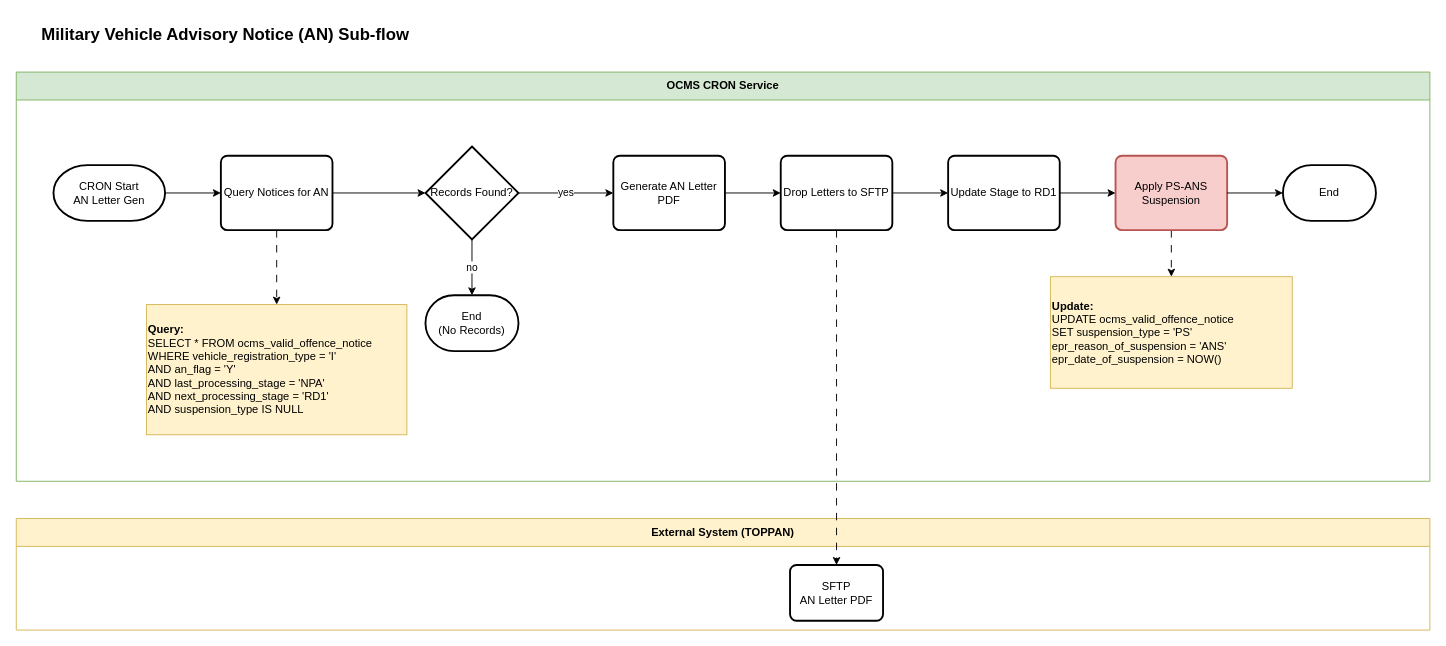
Above: page "Section_4_MID_AN_Subflow" (3 of 5) of OCMS 14/Section 4/OCMS14-Technical_Flowchart_Section_4.drawio in rafifmgg/techdoc (draw.io), before the change. Source tidied: cells renumbered, new cells numbered last; positions are measured from the earlier drawing's top-left corner, leaving out a move shared by most shapes. Both pictures are drawn from the tidied source at 93%, with x=0, y=0 at pixel (16, 16).
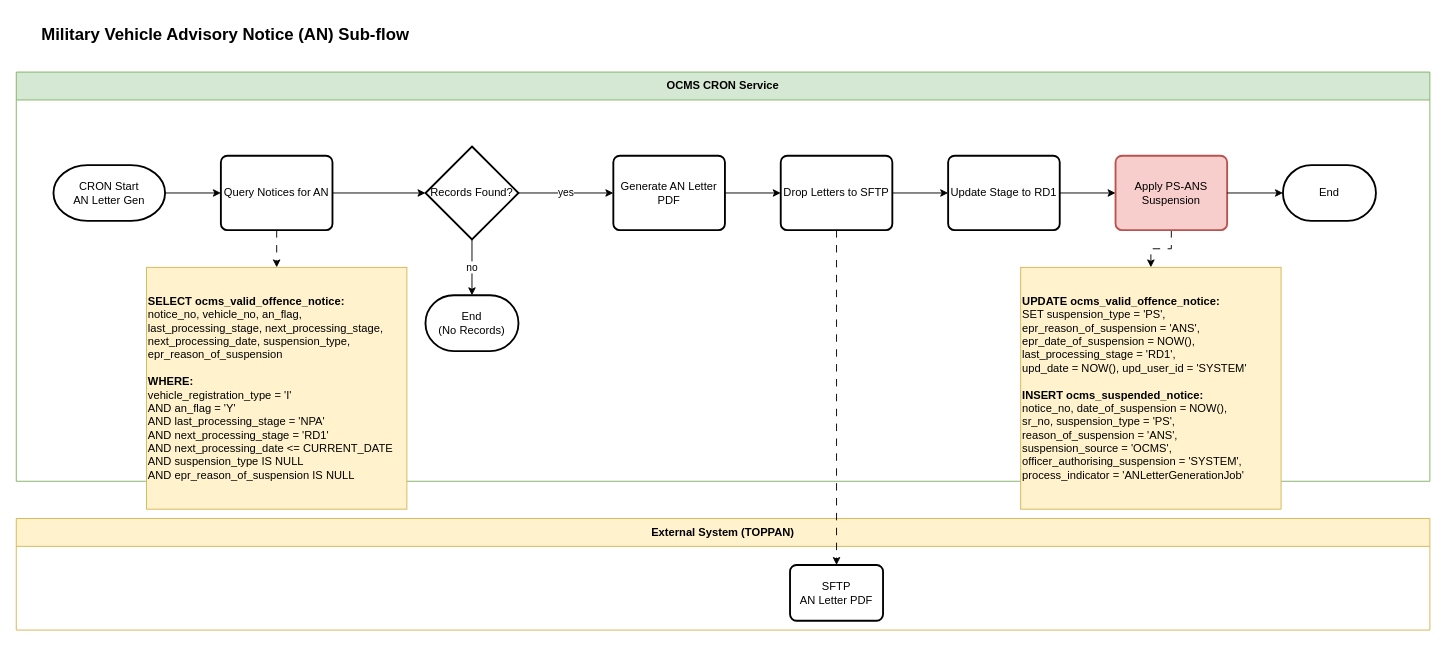
After the change.

Commit message (it also covers changes not shown here):
Update OCMS 14 Section 4 - sync Technical Document with flowchart

Unchanged cells that the change refers to:
```xml
<mxCell id="3" value="OCMS CRON Service" style="swimlane;whiteSpace=wrap;html=1;fillColor=#d5e8d4;strokeColor=#82b366;startSize=30;" parent="1" vertex="1">
  <mxGeometry y="60" width="1520" height="440" as="geometry" />
</mxCell>
```

What changed in the source:
```diff
@@
-    <mxCell id="23" value="&lt;b&gt;Query:&lt;/b&gt;&lt;br&gt;SELECT * FROM ocms_valid_offence_notice&lt;br&gt;WHERE vehicle_registration_type = 'I'&lt;br&gt;AND an_flag = 'Y'&lt;br&gt;AND last_processing_stage = 'NPA'&lt;br&gt;AND next_processing_stage = 'RD1'&lt;br&gt;AND suspension_type IS NULL" style="text;html=1;whiteSpace=wrap;strokeColor=#d6b656;fillColor=#fff2cc;align=left;verticalAlign=middle;rounded=0;" parent="3" vertex="1">
-      <mxGeometry x="140" y="250" width="280" height="140" as="geometry" />
+    <mxCell id="23" value="&lt;b&gt;SELECT ocms_valid_offence_notice:&lt;/b&gt;&lt;br&gt;notice_no, vehicle_no, an_flag,&lt;br&gt;last_processing_stage, next_processing_stage,&lt;br&gt;next_processing_date, suspension_type,&lt;br&gt;epr_reason_of_suspension&lt;br&gt;&lt;br&gt;&lt;b&gt;WHERE:&lt;/b&gt;&lt;br&gt;vehicle_registration_type = 'I'&lt;br&gt;AND an_flag = 'Y'&lt;br&gt;AND last_processing_stage = 'NPA'&lt;br&gt;AND next_processing_stage = 'RD1'&lt;br&gt;AND next_processing_date &amp;lt;= CURRENT_DATE&lt;br&gt;AND suspension_type IS NULL&lt;br&gt;AND epr_reason_of_suspension IS NULL" style="text;html=1;whiteSpace=wrap;strokeColor=#d6b656;fillColor=#fff2cc;align=left;verticalAlign=middle;rounded=0;" parent="3" vertex="1">
+      <mxGeometry x="140" y="210" width="280" height="260" as="geometry" />
     </mxCell>
-    <mxCell id="24" value="&lt;b&gt;Update:&lt;/b&gt;&lt;br&gt;UPDATE ocms_valid_offence_notice&lt;br&gt;SET suspension_type = 'PS'&lt;br&gt;    epr_reason_of_suspension = 'ANS'&lt;br&gt;    epr_date_of_suspension = NOW()" style="text;html=1;whiteSpace=wrap;strokeColor=#d6b656;fillColor=#fff2cc;align=left;verticalAlign=middle;rounded=0;" parent="3" vertex="1">
-      <mxGeometry x="1112" y="220" width="260" height="120" as="geometry" />
+    <mxCell id="24" value="&lt;b&gt;UPDATE ocms_valid_offence_notice:&lt;/b&gt;&lt;br&gt;SET suspension_type = 'PS',&lt;br&gt;    epr_reason_of_suspension = 'ANS',&lt;br&gt;    epr_date_of_suspension = NOW(),&lt;br&gt;    last_processing_stage = 'RD1',&lt;br&gt;    upd_date = NOW(), upd_user_id = 'SYSTEM'&lt;br&gt;&lt;br&gt;&lt;b&gt;INSERT ocms_suspended_notice:&lt;/b&gt;&lt;br&gt;notice_no, date_of_suspension = NOW(),&lt;br&gt;sr_no, suspension_type = 'PS',&lt;br&gt;reason_of_suspension = 'ANS',&lt;br&gt;suspension_source = 'OCMS',&lt;br&gt;officer_authorising_suspension = 'SYSTEM',&lt;br&gt;process_indicator = 'ANLetterGenerationJob'" style="text;html=1;whiteSpace=wrap;strokeColor=#d6b656;fillColor=#fff2cc;align=left;verticalAlign=middle;rounded=0;" parent="3" vertex="1">
+      <mxGeometry x="1080" y="210" width="280" height="260" as="geometry" />
     </mxCell>
```
